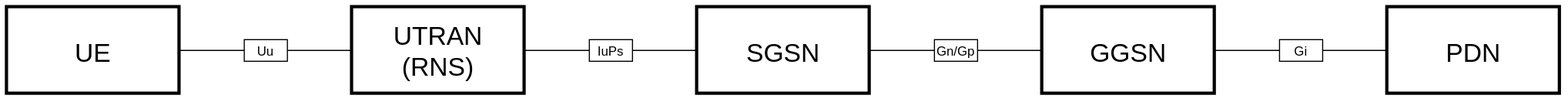
The draw.io diagram images/gprs-architecture.svg in amirsarebani81/core-network, before a commit. Source tidied: cells renumbered, new cells last; positions are measured from the earlier drawing's top-left corner, leaving out a move shared by most shapes. Source of this version:
```xml
<mxGraphModel>
  <root>
    <mxCell id="0" />
    <mxCell id="1" parent="0" />
    <mxCell id="2" style="edgeStyle=orthogonalEdgeStyle;rounded=0;jettySize=auto;html=1;exitX=1;exitY=0.5;exitDx=0;exitDy=0;entryX=0;entryY=0.5;entryDx=0;entryDy=0;endArrow=none;endFill=0;" parent="1" edge="1" source="3" target="12">
      <mxGeometry relative="1" as="geometry" />
    </mxCell>
    <mxCell id="3" value="UE" style="rounded=0;whiteSpace=wrap;html=1;fontFamily=Helvetica;fontSize=24;strokeWidth=3;convertToSvg=1;svgWhiteSpace=wrap;" parent="1" vertex="1">
      <mxGeometry width="160" height="80" as="geometry" />
    </mxCell>
    <mxCell id="4" style="edgeStyle=orthogonalEdgeStyle;rounded=0;jettySize=auto;html=1;exitX=1;exitY=0.5;exitDx=0;exitDy=0;entryX=0;entryY=0.5;entryDx=0;entryDy=0;endArrow=none;endFill=0;" parent="1" edge="1" source="5" target="14">
      <mxGeometry relative="1" as="geometry" />
    </mxCell>
    <mxCell id="5" value="UTRAN&lt;br&gt;(RNS)" style="rounded=0;whiteSpace=wrap;html=1;fontFamily=Helvetica;fontSize=24;strokeWidth=3;convertToSvg=1;svgWhiteSpace=wrap;" parent="1" vertex="1">
      <mxGeometry x="320" width="160" height="80" as="geometry" />
    </mxCell>
    <mxCell id="6" style="edgeStyle=orthogonalEdgeStyle;rounded=0;jettySize=auto;html=1;exitX=1;exitY=0.5;exitDx=0;exitDy=0;entryX=0;entryY=0.5;entryDx=0;entryDy=0;endArrow=none;endFill=0;" parent="1" edge="1" source="7" target="16">
      <mxGeometry relative="1" as="geometry" />
    </mxCell>
    <mxCell id="7" value="SGSN" style="rounded=0;whiteSpace=wrap;html=1;fontFamily=Helvetica;fontSize=24;strokeWidth=3;convertToSvg=1;svgWhiteSpace=wrap;" parent="1" vertex="1">
      <mxGeometry x="640" width="160" height="80" as="geometry" />
    </mxCell>
    <mxCell id="8" style="edgeStyle=orthogonalEdgeStyle;rounded=0;jettySize=auto;html=1;exitX=1;exitY=0.5;exitDx=0;exitDy=0;entryX=0;entryY=0.5;entryDx=0;entryDy=0;endArrow=none;endFill=0;" parent="1" edge="1" source="9" target="18">
      <mxGeometry relative="1" as="geometry" />
    </mxCell>
    <mxCell id="9" value="GGSN" style="rounded=0;whiteSpace=wrap;html=1;fontFamily=Helvetica;fontSize=24;strokeWidth=3;convertToSvg=1;svgWhiteSpace=wrap;" parent="1" vertex="1">
      <mxGeometry x="960" width="160" height="80" as="geometry" />
    </mxCell>
    <mxCell id="10" value="PDN" style="rounded=0;whiteSpace=wrap;html=1;fontFamily=Helvetica;fontSize=24;strokeWidth=3;convertToSvg=1;svgWhiteSpace=wrap;" parent="1" vertex="1">
      <mxGeometry x="1280" width="160" height="80" as="geometry" />
    </mxCell>
    <mxCell id="11" style="edgeStyle=orthogonalEdgeStyle;rounded=0;jettySize=auto;html=1;exitX=1;exitY=0.5;exitDx=0;exitDy=0;entryX=0;entryY=0.5;entryDx=0;entryDy=0;endArrow=none;endFill=0;" parent="1" edge="1" source="12" target="5">
      <mxGeometry relative="1" as="geometry" />
    </mxCell>
    <mxCell id="12" value="Uu" style="rounded=0;whiteSpace=wrap;html=1;fontSize=12;strokeWidth=1;convertToSvg=1;svgWhiteSpace=wrap;" parent="1" vertex="1">
      <mxGeometry x="220" y="30" width="40" height="20" as="geometry" />
    </mxCell>
    <mxCell id="13" style="edgeStyle=orthogonalEdgeStyle;rounded=0;jettySize=auto;html=1;exitX=1;exitY=0.5;exitDx=0;exitDy=0;entryX=0;entryY=0.5;entryDx=0;entryDy=0;endArrow=none;endFill=0;" parent="1" edge="1" source="14" target="7">
      <mxGeometry relative="1" as="geometry" />
    </mxCell>
    <mxCell id="14" value="IuPs" style="rounded=0;whiteSpace=wrap;html=1;fontSize=12;strokeWidth=1;convertToSvg=1;svgWhiteSpace=wrap;" parent="1" vertex="1">
      <mxGeometry x="540" y="30" width="40" height="20" as="geometry" />
    </mxCell>
    <mxCell id="15" style="edgeStyle=orthogonalEdgeStyle;rounded=0;jettySize=auto;html=1;exitX=1;exitY=0.5;exitDx=0;exitDy=0;entryX=0;entryY=0.5;entryDx=0;entryDy=0;endArrow=none;endFill=0;" parent="1" edge="1" source="16" target="9">
      <mxGeometry relative="1" as="geometry" />
    </mxCell>
    <mxCell id="16" value="Gn/Gp" style="rounded=0;whiteSpace=wrap;html=1;fontSize=12;strokeWidth=1;convertToSvg=1;svgWhiteSpace=wrap;" parent="1" vertex="1">
      <mxGeometry x="860" y="30" width="40" height="20" as="geometry" />
    </mxCell>
    <mxCell id="17" style="edgeStyle=orthogonalEdgeStyle;rounded=0;jettySize=auto;html=1;exitX=1;exitY=0.5;exitDx=0;exitDy=0;entryX=0;entryY=0.5;entryDx=0;entryDy=0;endArrow=none;endFill=0;" parent="1" edge="1" source="18" target="10">
      <mxGeometry relative="1" as="geometry" />
    </mxCell>
    <mxCell id="18" value="Gi" style="rounded=0;whiteSpace=wrap;html=1;fontSize=12;strokeWidth=1;convertToSvg=1;svgWhiteSpace=wrap;" parent="1" vertex="1">
      <mxGeometry x="1180" y="30" width="40" height="20" as="geometry" />
    </mxCell>
  </root>
</mxGraphModel>
```
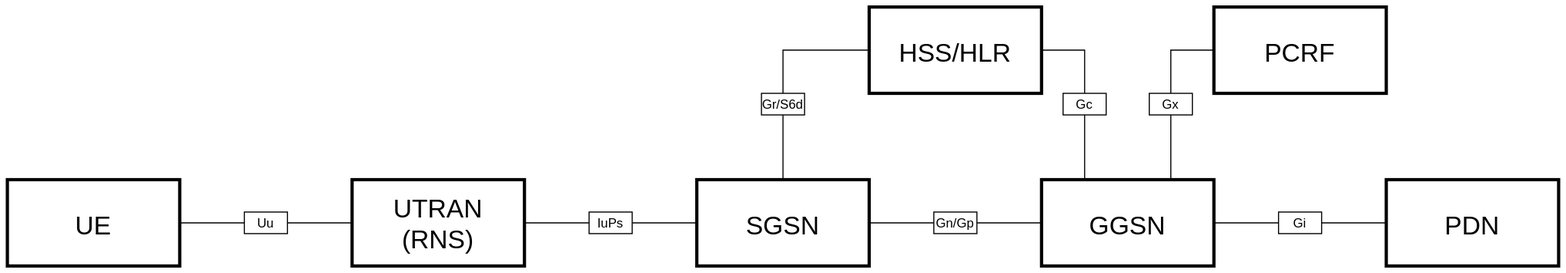
Above is the later version.

Commit message:
Update GPRS architecture

Change to the diagram source:
```diff
@@ -17,12 +17,25 @@
     <mxCell id="6" style="edgeStyle=orthogonalEdgeStyle;rounded=0;jettySize=auto;html=1;exitX=1;exitY=0.5;exitDx=0;exitDy=0;entryX=0;entryY=0.5;entryDx=0;entryDy=0;endArrow=none;endFill=0;" parent="1" edge="1" source="7" target="16">
       <mxGeometry relative="1" as="geometry" />
     </mxCell>
+    <mxCell id="19" style="edgeStyle=orthogonalEdgeStyle;rounded=0;jettySize=auto;html=1;exitX=0.5;exitY=0;exitDx=0;exitDy=0;entryX=0.5;entryY=1;entryDx=0;entryDy=0;endArrow=none;endFill=0;" parent="1" edge="1" source="7" target="24">
+      <mxGeometry relative="1" as="geometry" />
+    </mxCell>
     <mxCell id="7" value="SGSN" style="rounded=0;whiteSpace=wrap;html=1;fontFamily=Helvetica;fontSize=24;strokeWidth=3;convertToSvg=1;svgWhiteSpace=wrap;" parent="1" vertex="1">
       <mxGeometry x="640" width="160" height="80" as="geometry" />
     </mxCell>
     <mxCell id="8" style="edgeStyle=orthogonalEdgeStyle;rounded=0;jettySize=auto;html=1;exitX=1;exitY=0.5;exitDx=0;exitDy=0;entryX=0;entryY=0.5;entryDx=0;entryDy=0;endArrow=none;endFill=0;" parent="1" edge="1" source="9" target="18">
       <mxGeometry relative="1" as="geometry" />
     </mxCell>
+    <mxCell id="20" style="edgeStyle=orthogonalEdgeStyle;rounded=0;jettySize=auto;html=1;exitX=0.25;exitY=0;exitDx=0;exitDy=0;entryX=0.5;entryY=1;entryDx=0;entryDy=0;endArrow=none;endFill=0;" parent="1" edge="1" source="9" target="26">
+      <mxGeometry relative="1" as="geometry">
+        <Array as="points">
+          <mxPoint x="1000" y="-60" />
+        </Array>
+      </mxGeometry>
+    </mxCell>
+    <mxCell id="21" style="edgeStyle=orthogonalEdgeStyle;rounded=0;jettySize=auto;html=1;exitX=0.75;exitY=0;exitDx=0;exitDy=0;entryX=0.5;entryY=1;entryDx=0;entryDy=0;endArrow=none;endFill=0;" parent="1" edge="1" source="9" target="29">
+      <mxGeometry relative="1" as="geometry" />
+    </mxCell>
     <mxCell id="9" value="GGSN" style="rounded=0;whiteSpace=wrap;html=1;fontFamily=Helvetica;fontSize=24;strokeWidth=3;convertToSvg=1;svgWhiteSpace=wrap;" parent="1" vertex="1">
       <mxGeometry x="960" width="160" height="80" as="geometry" />
     </mxCell>
@@ -53,5 +66,33 @@
     <mxCell id="18" value="Gi" style="rounded=0;whiteSpace=wrap;html=1;fontSize=12;strokeWidth=1;convertToSvg=1;svgWhiteSpace=wrap;" parent="1" vertex="1">
       <mxGeometry x="1180" y="30" width="40" height="20" as="geometry" />
     </mxCell>
+    <mxCell id="22" value="HSS/HLR" style="rounded=0;whiteSpace=wrap;html=1;fontFamily=Helvetica;fontSize=24;strokeWidth=3;convertToSvg=1;svgWhiteSpace=wrap;" parent="1" vertex="1">
+      <mxGeometry x="800" y="-160" width="160" height="80" as="geometry" />
+    </mxCell>
+    <mxCell id="23" style="edgeStyle=orthogonalEdgeStyle;rounded=0;jettySize=auto;html=1;exitX=0.5;exitY=0;exitDx=0;exitDy=0;entryX=0;entryY=0.5;entryDx=0;entryDy=0;endArrow=none;endFill=0;" parent="1" edge="1" source="24" target="22">
+      <mxGeometry relative="1" as="geometry" />
+    </mxCell>
+    <mxCell id="24" value="Gr/S6d" style="rounded=0;whiteSpace=wrap;html=1;fontSize=12;strokeWidth=1;convertToSvg=1;svgWhiteSpace=wrap;" parent="1" vertex="1">
+      <mxGeometry x="700" y="-80" width="40" height="20" as="geometry" />
+    </mxCell>
+    <mxCell id="25" style="edgeStyle=orthogonalEdgeStyle;rounded=0;jettySize=auto;html=1;exitX=0.5;exitY=0;exitDx=0;exitDy=0;entryX=1;entryY=0.5;entryDx=0;entryDy=0;endArrow=none;endFill=0;" parent="1" edge="1" source="26" target="22">
+      <mxGeometry relative="1" as="geometry">
+        <Array as="points">
+          <mxPoint x="1000" y="-120" />
+        </Array>
+      </mxGeometry>
+    </mxCell>
+    <mxCell id="26" value="Gc" style="rounded=0;whiteSpace=wrap;html=1;fontSize=12;strokeWidth=1;convertToSvg=1;svgWhiteSpace=wrap;" parent="1" vertex="1">
+      <mxGeometry x="980" y="-80" width="40" height="20" as="geometry" />
+    </mxCell>
+    <mxCell id="27" value="PCRF" style="rounded=0;whiteSpace=wrap;html=1;fontFamily=Helvetica;fontSize=24;strokeWidth=3;convertToSvg=1;svgWhiteSpace=wrap;" parent="1" vertex="1">
+      <mxGeometry x="1120" y="-160" width="160" height="80" as="geometry" />
+    </mxCell>
+    <mxCell id="28" style="edgeStyle=orthogonalEdgeStyle;rounded=0;jettySize=auto;html=1;exitX=0.5;exitY=0;exitDx=0;exitDy=0;entryX=0;entryY=0.5;entryDx=0;entryDy=0;endArrow=none;endFill=0;" parent="1" edge="1" source="29" target="27">
+      <mxGeometry relative="1" as="geometry" />
+    </mxCell>
+    <mxCell id="29" value="Gx" style="rounded=0;whiteSpace=wrap;html=1;fontSize=12;strokeWidth=1;convertToSvg=1;svgWhiteSpace=wrap;" parent="1" vertex="1">
+      <mxGeometry x="1060" y="-80" width="40" height="20" as="geometry" />
+    </mxCell>
   </root>
 </mxGraphModel>
```
